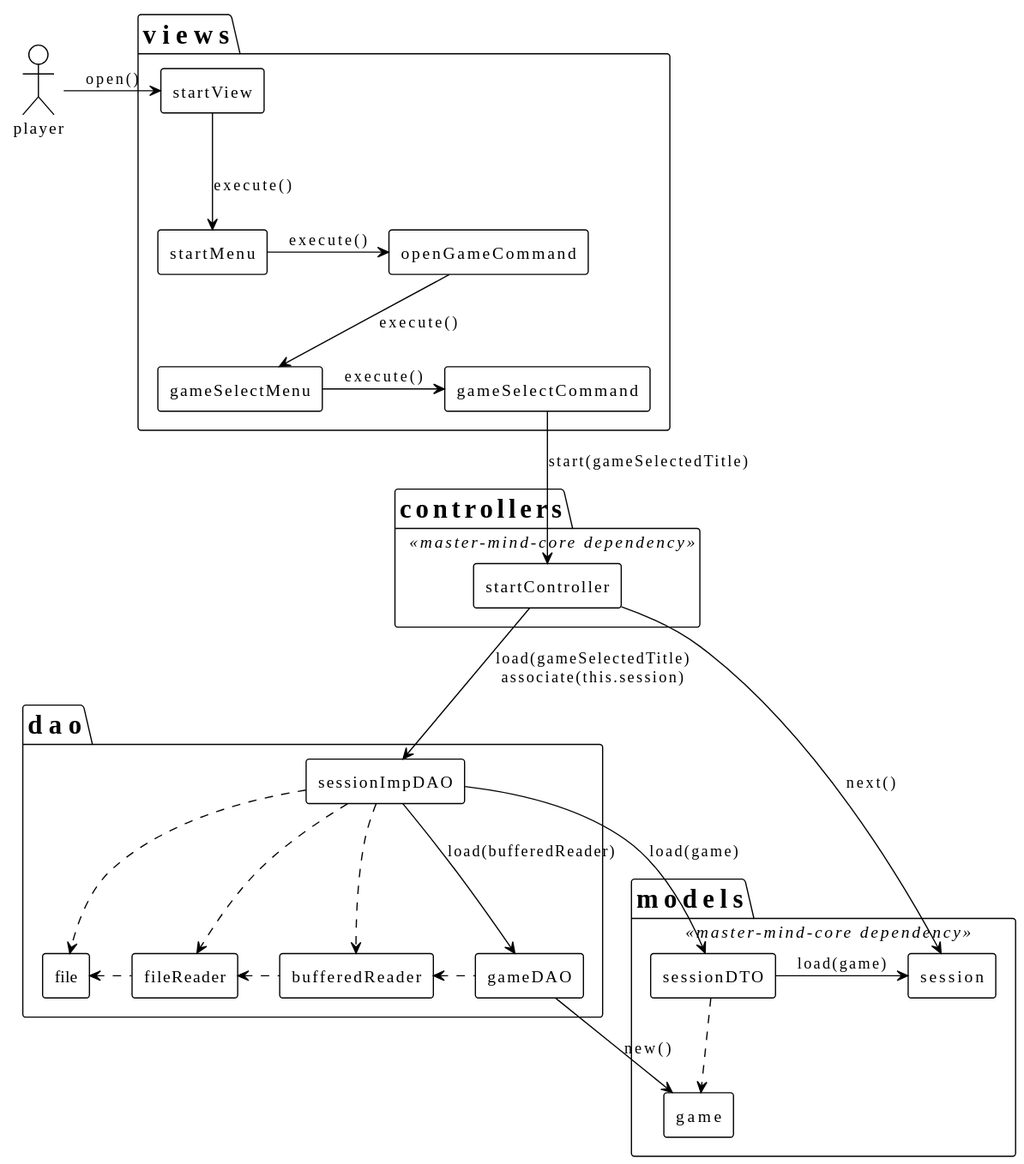
Before: docs/colaboration_open/colaboration-open.svg, a diagram exported from PlantUML (PacoMorando/master-mind-android). Its diagram source:
```plantuml
@startuml colaboration-open
!theme plain

actor player

package views {
    agent startView
    agent startMenu
    agent openGameCommand
    agent gameSelectMenu
    agent gameSelectCommand
}

player -right-> startView :open()
startView --> startMenu :execute()
startMenu -right-> openGameCommand :execute()
openGameCommand --> gameSelectMenu :execute()
gameSelectMenu -right-> gameSelectCommand :execute()

package controllers <<master-mind-core dependency>> {
    agent startController
}
gameSelectCommand --> startController :start(gameSelectedTitle)

package dao {
    agent sessionImpDAO
    agent gameDAO
    agent file
    agent fileReader
    agent bufferedReader
}

package models <<master-mind-core dependency>>{
    agent session
    agent sessionDTO
    agent game
}

startController --> session :next()
startController --> sessionImpDAO :load(gameSelectedTitle)\nassociate(this.session)
sessionImpDAO --> gameDAO :load(bufferedReader)
sessionImpDAO --> sessionDTO :load(game)
sessionImpDAO ..> file
sessionImpDAO ..> fileReader
sessionImpDAO ..> bufferedReader
fileReader .left.> file
bufferedReader .left.> fileReader
gameDAO .left.> bufferedReader
sessionDTO -right-> session :load(game)
sessionDTO ..> game
gameDAO -right-> game :new()

@enduml
```
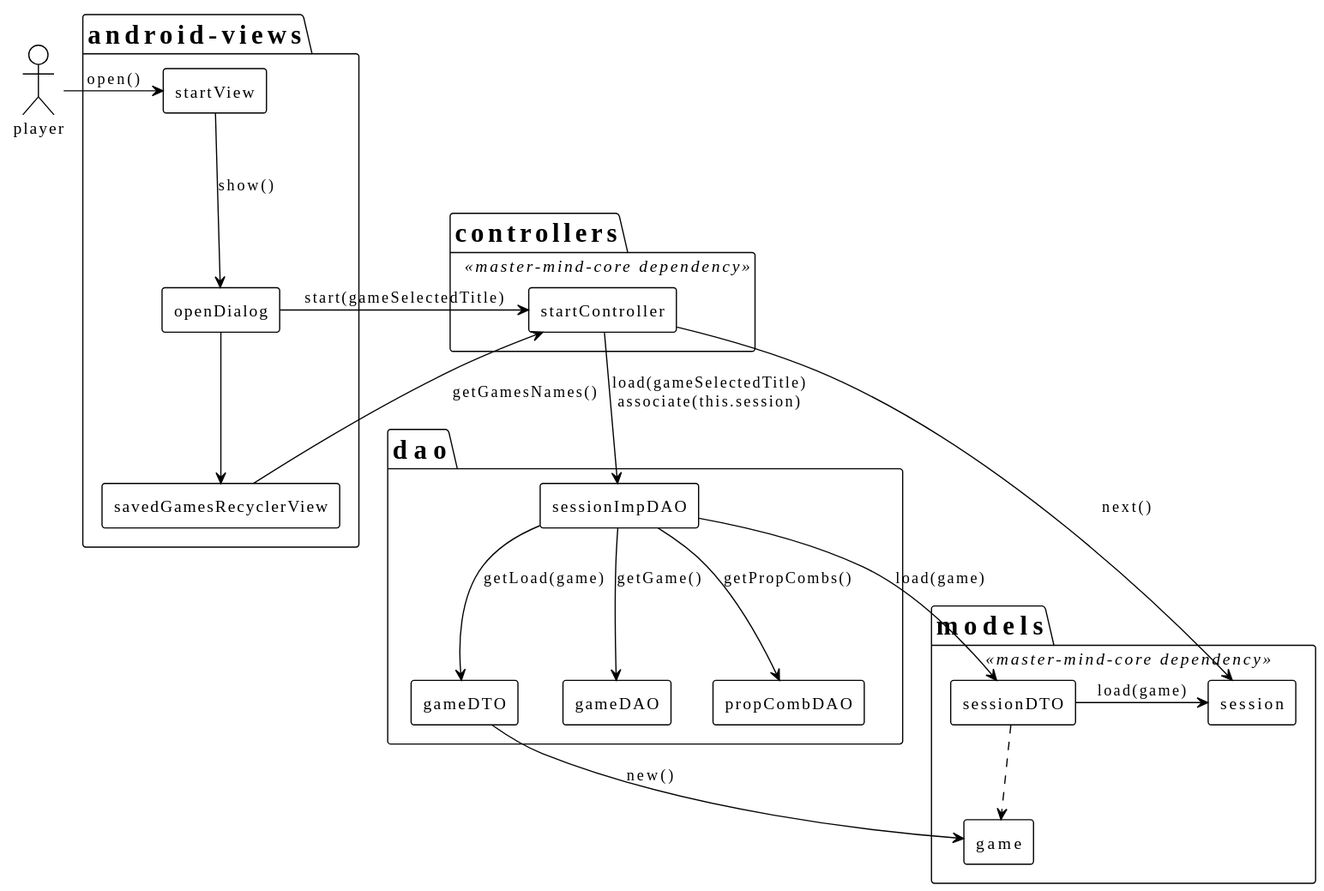
After the change.

The edit, as a diff of the source:
```diff
@@ -3,31 +3,28 @@
 
 actor player
 
-package views {
+package android-views {
     agent startView
-    agent startMenu
-    agent openGameCommand
-    agent gameSelectMenu
-    agent gameSelectCommand
+    agent openDialog
+    agent savedGamesRecyclerView
 }
 
 player -right-> startView :open()
-startView --> startMenu :execute()
-startMenu -right-> openGameCommand :execute()
-openGameCommand --> gameSelectMenu :execute()
-gameSelectMenu -right-> gameSelectCommand :execute()
+startView --> openDialog :show()
+openDialog --> savedGamesRecyclerView
 
 package controllers <<master-mind-core dependency>> {
     agent startController
 }
-gameSelectCommand --> startController :start(gameSelectedTitle)
+
+openDialog -left-> startController :start(gameSelectedTitle)
+savedGamesRecyclerView -left-> startController :getGamesNames()
 
 package dao {
     agent sessionImpDAO
     agent gameDAO
-    agent file
-    agent fileReader
-    agent bufferedReader
+    agent propCombDAO
+    agent gameDTO
 }
 
 package models <<master-mind-core dependency>>{
@@ -38,16 +35,14 @@
 
 startController --> session :next()
 startController --> sessionImpDAO :load(gameSelectedTitle)\nassociate(this.session)
-sessionImpDAO --> gameDAO :load(bufferedReader)
+sessionImpDAO --> gameDAO :getGame()
+sessionImpDAO --> propCombDAO :getPropCombs()
 sessionImpDAO --> sessionDTO :load(game)
-sessionImpDAO ..> file
-sessionImpDAO ..> fileReader
-sessionImpDAO ..> bufferedReader
-fileReader .left.> file
-bufferedReader .left.> fileReader
-gameDAO .left.> bufferedReader
+sessionImpDAO --> gameDTO :getLoad(game)
+
+
 sessionDTO -right-> session :load(game)
 sessionDTO ..> game
-gameDAO -right-> game :new()
+gameDTO -right-> game :new()
 
 @enduml
```
